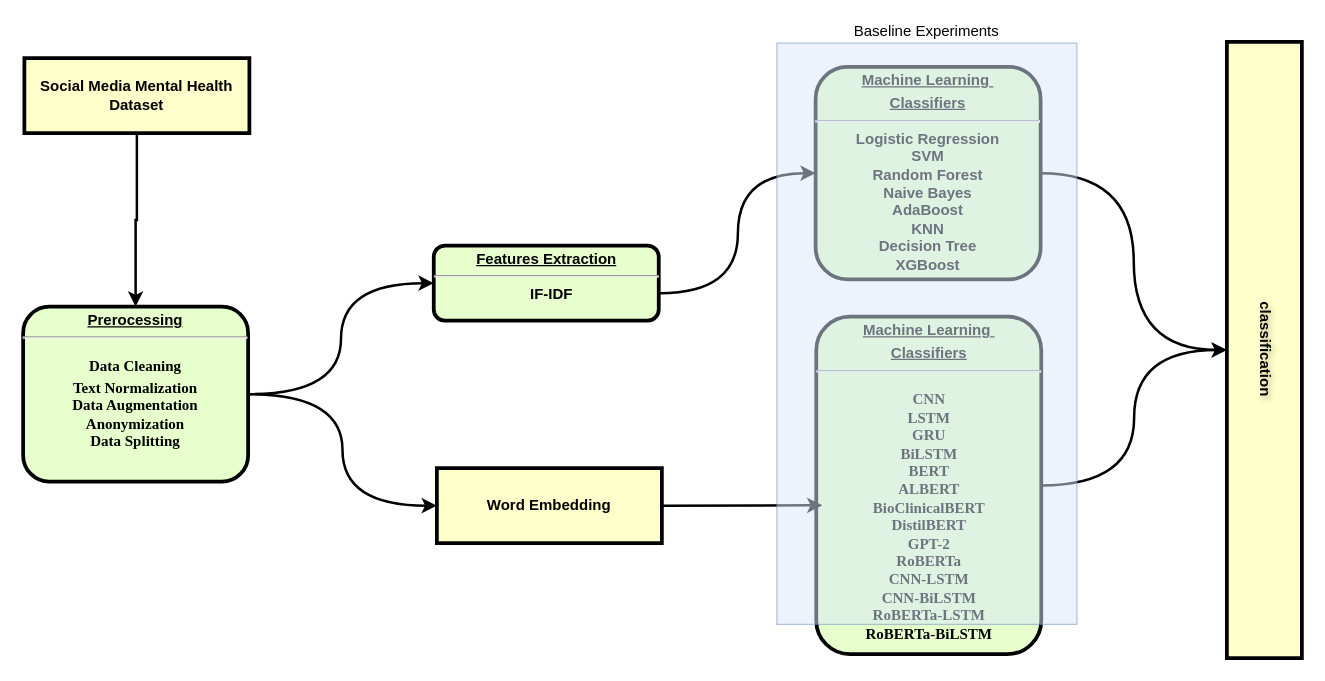
This is 未命名绘图.drawio from JinboYao/mentalHealthPrediction, a draw.io file, before an edit. Source tidied: cells renumbered, new cells numbered last; positions are measured from the earlier drawing's top-left corner, leaving out a move shared by most shapes. Both pictures are drawn from the tidied source at 125%, with x=0, y=0 at pixel (22, 41).
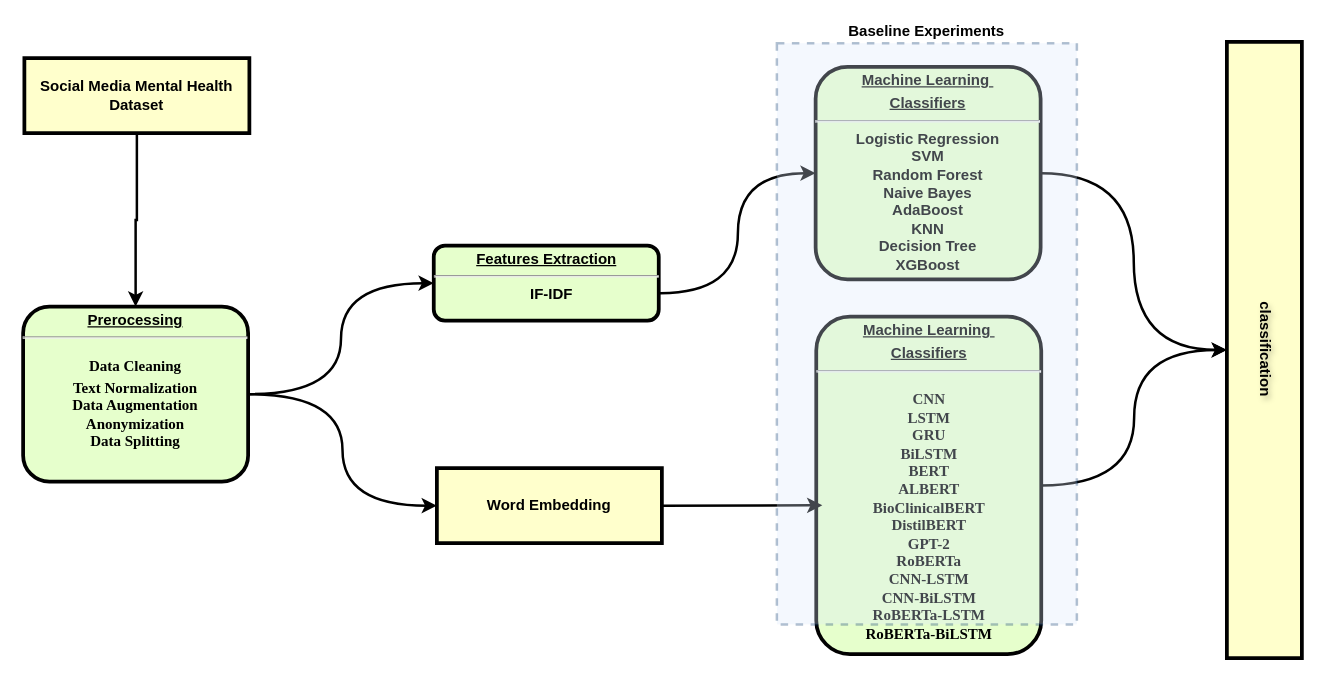
After the change.

The edit, as a diff of the source:
```diff
@@
 <mxGraphModel>
   <root>
     <mxCell id="0" />
     <mxCell id="1" parent="0" />
     <mxCell id="2" style="edgeStyle=orthogonalEdgeStyle;rounded=0;jettySize=auto;html=1;verticalAlign=top;strokeWidth=2;strokeColor=#000000;" parent="1" edge="1" source="3" target="6">
       <mxGeometry relative="1" as="geometry" />
     </mxCell>
     <mxCell id="3" value="Social Media Mental Health Dataset" style="whiteSpace=wrap;align=center;verticalAlign=middle;fontStyle=1;strokeWidth=3;fillColor=#FFFFCC;" parent="1" vertex="1">
       <mxGeometry x="1" y="13" width="180" height="60" as="geometry" />
     </mxCell>
     <mxCell id="4" style="edgeStyle=orthogonalEdgeStyle;rounded=0;jettySize=auto;html=1;exitX=1;exitY=0.5;exitDx=0;exitDy=0;entryX=0;entryY=0.5;entryDx=0;entryDy=0;curved=1;strokeWidth=2;" parent="1" edge="1" source="6" target="8">
       <mxGeometry relative="1" as="geometry" />
     </mxCell>
     <mxCell id="5" style="edgeStyle=orthogonalEdgeStyle;rounded=0;jettySize=auto;html=1;entryX=0;entryY=0.5;entryDx=0;entryDy=0;curved=1;strokeWidth=2;" parent="1" edge="1" source="6" target="13">
       <mxGeometry relative="1" as="geometry" />
     </mxCell>
     <mxCell id="6" value="&lt;p style=&quot;margin: 0px; margin-top: 4px; text-align: center; text-decoration: underline;&quot;&gt;&lt;strong&gt;Prerocessing&lt;br&gt;&lt;/strong&gt;&lt;/p&gt;&lt;hr&gt;&lt;h4 style=&quot;margin-top: 11pt; margin-bottom: 2pt;&quot;&gt;&lt;font style=&quot;font-size: 12px;&quot;&gt;&lt;span style=&quot;font-family: &amp;quot;Times New Roman&amp;quot;;&quot; dir=&quot;LTR&quot;&gt;Data Cleaning&lt;/span&gt;&lt;span style=&quot;font-family: &amp;quot;Times New Roman&amp;quot;;&quot;&gt;&lt;/span&gt;&lt;/font&gt;&lt;/h4&gt;&lt;div style=&quot;&quot;&gt;&lt;span style=&quot;font-family: &amp;quot;Times New Roman&amp;quot;;&quot; dir=&quot;LTR&quot;&gt;&lt;font style=&quot;font-size: 12px;&quot;&gt;Text Normalization&lt;/font&gt;&lt;/span&gt;&lt;/div&gt;&lt;div style=&quot;&quot;&gt;&lt;span style=&quot;font-family: &amp;quot;Times New Roman&amp;quot;; background-color: initial;&quot;&gt;&lt;font style=&quot;font-size: 12px;&quot;&gt;Data Augmentation&lt;/font&gt;&lt;/span&gt;&lt;/div&gt;&lt;div style=&quot;&quot;&gt;&lt;span style=&quot;font-family: &amp;quot;Times New Roman&amp;quot;; background-color: initial;&quot;&gt;&lt;font style=&quot;font-size: 12px;&quot;&gt;Anonymization&lt;/font&gt;&lt;/span&gt;&lt;/div&gt;&lt;div style=&quot;&quot;&gt;&lt;span style=&quot;font-family: &amp;quot;Times New Roman&amp;quot;; background-color: initial;&quot;&gt;&lt;font style=&quot;font-size: 12px;&quot;&gt;Data Splitting&lt;/font&gt;&lt;/span&gt;&lt;/div&gt;&lt;div style=&quot;&quot;&gt;&lt;span style=&quot;font-size: 10.5pt; font-family: &amp;quot;Times New Roman&amp;quot;; background-color: initial;&quot;&gt;&lt;br&gt;&lt;/span&gt;&lt;/div&gt;" style="verticalAlign=middle;align=center;overflow=fill;fontSize=12;fontFamily=Helvetica;html=1;rounded=1;fontStyle=1;strokeWidth=3;fillColor=#E6FFCC;" parent="1" vertex="1">
       <mxGeometry y="211.8" width="180" height="140" as="geometry" />
     </mxCell>
     <mxCell id="7" style="edgeStyle=orthogonalEdgeStyle;rounded=0;jettySize=auto;html=1;exitX=1;exitY=0.5;exitDx=0;exitDy=0;entryX=0;entryY=0.5;entryDx=0;entryDy=0;curved=1;strokeWidth=2;" parent="1" edge="1" target="10">
       <mxGeometry relative="1" as="geometry">
         <mxPoint x="508.5" y="201" as="sourcePoint" />
       </mxGeometry>
     </mxCell>
     <mxCell id="8" value="&lt;p style=&quot;margin: 0px; margin-top: 4px; text-align: center; text-decoration: underline;&quot;&gt;&lt;strong&gt;Features Extraction&lt;/strong&gt;&lt;/p&gt;&lt;hr&gt;&lt;p style=&quot;margin: 0px; margin-left: 8px;&quot;&gt;IF-IDF&lt;/p&gt;" style="verticalAlign=middle;align=center;overflow=fill;fontSize=12;fontFamily=Helvetica;html=1;rounded=1;fontStyle=1;strokeWidth=3;fillColor=#E6FFCC;" parent="1" vertex="1">
       <mxGeometry x="328.5" y="163" width="180" height="60" as="geometry" />
     </mxCell>
     <mxCell id="9" style="edgeStyle=orthogonalEdgeStyle;rounded=0;jettySize=auto;html=1;exitX=1;exitY=0.5;exitDx=0;exitDy=0;entryX=0.5;entryY=1;entryDx=0;entryDy=0;curved=1;strokeWidth=2;" parent="1" edge="1" source="10" target="14">
       <mxGeometry relative="1" as="geometry" />
     </mxCell>
     <mxCell id="10" value="&lt;p style=&quot;margin: 4px 0px 0px; text-decoration: underline;&quot;&gt;Machine Learning&amp;nbsp;&lt;/p&gt;&lt;p style=&quot;margin: 4px 0px 0px; text-decoration: underline;&quot;&gt;Classifiers&lt;/p&gt;&lt;hr&gt;&lt;div style=&quot;&quot;&gt;&lt;font style=&quot;font-size: 12px;&quot; face=&quot;宋体&quot;&gt;Logistic Regression&lt;/font&gt;&lt;/div&gt;&lt;div style=&quot;&quot;&gt;&lt;font style=&quot;font-size: 12px;&quot; face=&quot;宋体&quot;&gt;SVM&lt;/font&gt;&lt;/div&gt;&lt;div style=&quot;&quot;&gt;&lt;font style=&quot;font-size: 12px;&quot; face=&quot;宋体&quot;&gt;Random Forest&lt;/font&gt;&lt;/div&gt;&lt;div style=&quot;&quot;&gt;&lt;font style=&quot;font-size: 12px;&quot; face=&quot;宋体&quot;&gt;Naive Bayes&lt;/font&gt;&lt;/div&gt;&lt;div style=&quot;&quot;&gt;&lt;font style=&quot;font-size: 12px;&quot; face=&quot;宋体&quot;&gt;AdaBoost&lt;/font&gt;&lt;/div&gt;&lt;div style=&quot;&quot;&gt;&lt;font style=&quot;font-size: 12px;&quot; face=&quot;宋体&quot;&gt;KNN&lt;/font&gt;&lt;/div&gt;&lt;div style=&quot;&quot;&gt;&lt;font style=&quot;font-size: 12px;&quot; face=&quot;宋体&quot;&gt;Decision Tree&lt;/font&gt;&lt;/div&gt;&lt;div style=&quot;&quot;&gt;&lt;font style=&quot;font-size: 12px;&quot; face=&quot;宋体&quot;&gt;XGBoost&lt;/font&gt;&lt;/div&gt;" style="verticalAlign=middle;align=center;overflow=fill;fontSize=12;fontFamily=Helvetica;html=1;rounded=1;fontStyle=1;strokeWidth=3;fillColor=#E6FFCC;" parent="1" vertex="1">
       <mxGeometry x="634" y="20" width="180" height="170" as="geometry" />
     </mxCell>
     <mxCell id="11" style="edgeStyle=orthogonalEdgeStyle;rounded=0;jettySize=auto;html=1;exitX=1;exitY=0.5;exitDx=0;exitDy=0;strokeWidth=2;curved=1;entryX=0.5;entryY=1;entryDx=0;entryDy=0;" parent="1" edge="1" source="12" target="14">
       <mxGeometry relative="1" as="geometry" />
     </mxCell>
     <mxCell id="12" value="&lt;p style=&quot;text-decoration-line: underline; margin: 4px 0px 0px;&quot;&gt;&lt;font style=&quot;font-size: 12px;&quot;&gt;Machine Learning&amp;nbsp;&lt;/font&gt;&lt;/p&gt;&lt;p style=&quot;text-decoration-line: underline; margin: 4px 0px 0px;&quot;&gt;&lt;font style=&quot;font-size: 12px;&quot;&gt;Classifiers&lt;/font&gt;&lt;/p&gt;&lt;hr&gt;&lt;p style=&quot;margin-top: 11pt; margin-bottom: 2pt;&quot;&gt;&lt;font style=&quot;font-size: 12px;&quot;&gt;&lt;font style=&quot;font-size: 12px;&quot; face=&quot;Times New Roman&quot;&gt;CNN&lt;br&gt;&lt;/font&gt;&lt;font style=&quot;font-size: 12px;&quot; face=&quot;Times New Roman&quot;&gt;LSTM&lt;br&gt;&lt;/font&gt;&lt;font style=&quot;font-size: 12px;&quot; face=&quot;Times New Roman&quot;&gt;GRU&lt;br&gt;&lt;/font&gt;&lt;font style=&quot;font-size: 12px;&quot; face=&quot;Times New Roman&quot;&gt;BiLSTM&lt;br&gt;&lt;/font&gt;&lt;font style=&quot;font-size: 12px;&quot; face=&quot;Times New Roman&quot;&gt;BERT&lt;br&gt;&lt;/font&gt;&lt;font style=&quot;font-size: 12px;&quot; face=&quot;Times New Roman&quot;&gt;ALBERT&lt;br&gt;&lt;/font&gt;&lt;font style=&quot;font-size: 12px;&quot; face=&quot;Times New Roman&quot;&gt;BioClinicalBERT&lt;br&gt;&lt;/font&gt;&lt;font style=&quot;font-size: 12px;&quot; face=&quot;Times New Roman&quot;&gt;DistilBERT&lt;br&gt;&lt;/font&gt;&lt;font style=&quot;font-size: 12px;&quot; face=&quot;Times New Roman&quot;&gt;GPT-2&lt;br&gt;&lt;/font&gt;&lt;font style=&quot;font-size: 12px;&quot; face=&quot;Times New Roman&quot;&gt;RoBERTa&lt;br&gt;&lt;/font&gt;&lt;font style=&quot;font-size: 12px;&quot; face=&quot;Times New Roman&quot;&gt;CNN-LSTM&lt;br&gt;&lt;/font&gt;&lt;font style=&quot;font-size: 12px;&quot; face=&quot;Times New Roman&quot;&gt;CNN-BiLSTM&lt;br&gt;&lt;/font&gt;&lt;font style=&quot;font-size: 12px;&quot; face=&quot;Times New Roman&quot;&gt;RoBERTa-LSTM&lt;br&gt;&lt;/font&gt;&lt;font style=&quot;font-size: 12px;&quot; face=&quot;Times New Roman&quot;&gt;RoBERTa-BiLSTM&lt;/font&gt;&lt;/font&gt;&lt;/p&gt;" style="verticalAlign=middle;align=center;overflow=fill;fontSize=12;fontFamily=Helvetica;html=1;rounded=1;fontStyle=1;strokeWidth=3;fillColor=#E6FFCC;" parent="1" vertex="1">
       <mxGeometry x="634.5" y="219.8" width="180" height="270" as="geometry" />
     </mxCell>
     <mxCell id="13" value="Word Embedding" style="whiteSpace=wrap;align=center;verticalAlign=middle;fontStyle=1;strokeWidth=3;fillColor=#FFFFCC;" parent="1" vertex="1">
       <mxGeometry x="331" y="341" width="180" height="60" as="geometry" />
     </mxCell>
     <mxCell id="14" value="classification" style="whiteSpace=wrap;align=center;verticalAlign=middle;fontStyle=1;strokeWidth=3;fillColor=#FFFFCC;flipV=0;direction=south;textShadow=1;textDirection=vertical-lr;fontFamily=Helvetica;fontSize=12;" parent="1" vertex="1">
       <mxGeometry x="963" width="60" height="493" as="geometry" />
     </mxCell>
     <mxCell id="15" style="edgeStyle=orthogonalEdgeStyle;rounded=0;jettySize=auto;html=1;exitX=1;exitY=0.5;exitDx=0;exitDy=0;entryX=0.027;entryY=0.559;entryDx=0;entryDy=0;entryPerimeter=0;curved=1;strokeWidth=2;" parent="1" edge="1" source="13" target="12">
       <mxGeometry relative="1" as="geometry" />
     </mxCell>
-    <mxCell id="16" value="Baseline Experiments" style="rounded=0;whiteSpace=wrap;html=1;opacity=50;fillColor=#dae8fc;strokeColor=#6c8ebf;labelPosition=center;verticalLabelPosition=top;align=center;verticalAlign=bottom;" parent="1" vertex="1">
+    <mxCell id="16" value="&lt;b&gt;Baseline Experiments&lt;/b&gt;" style="rounded=0;whiteSpace=wrap;html=1;opacity=30;fillColor=#dae8fc;strokeColor=#003366;labelPosition=center;verticalLabelPosition=top;align=center;verticalAlign=bottom;dashed=1;strokeWidth=2;" parent="1" vertex="1">
       <mxGeometry x="603" y="1" width="240" height="465" as="geometry" />
     </mxCell>
   </root>
 </mxGraphModel>
```
